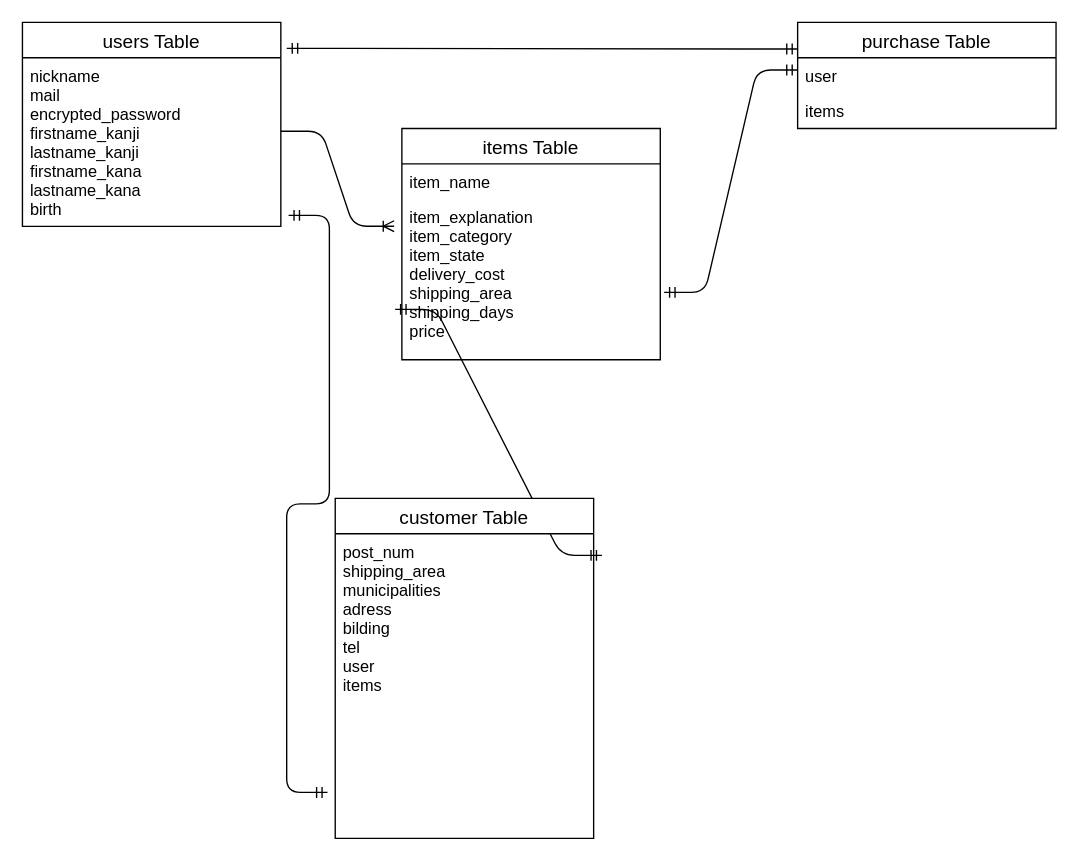
Earlier version of the draw.io diagram test.dio (nanakuma/furima-03037). Source tidied: cells renumbered, new cells numbered last; positions are measured from the earlier drawing's top-left corner, leaving out a move shared by most shapes. Both pictures are drawn from the tidied source at 136%, with x=0, y=0 at pixel (22, 22).
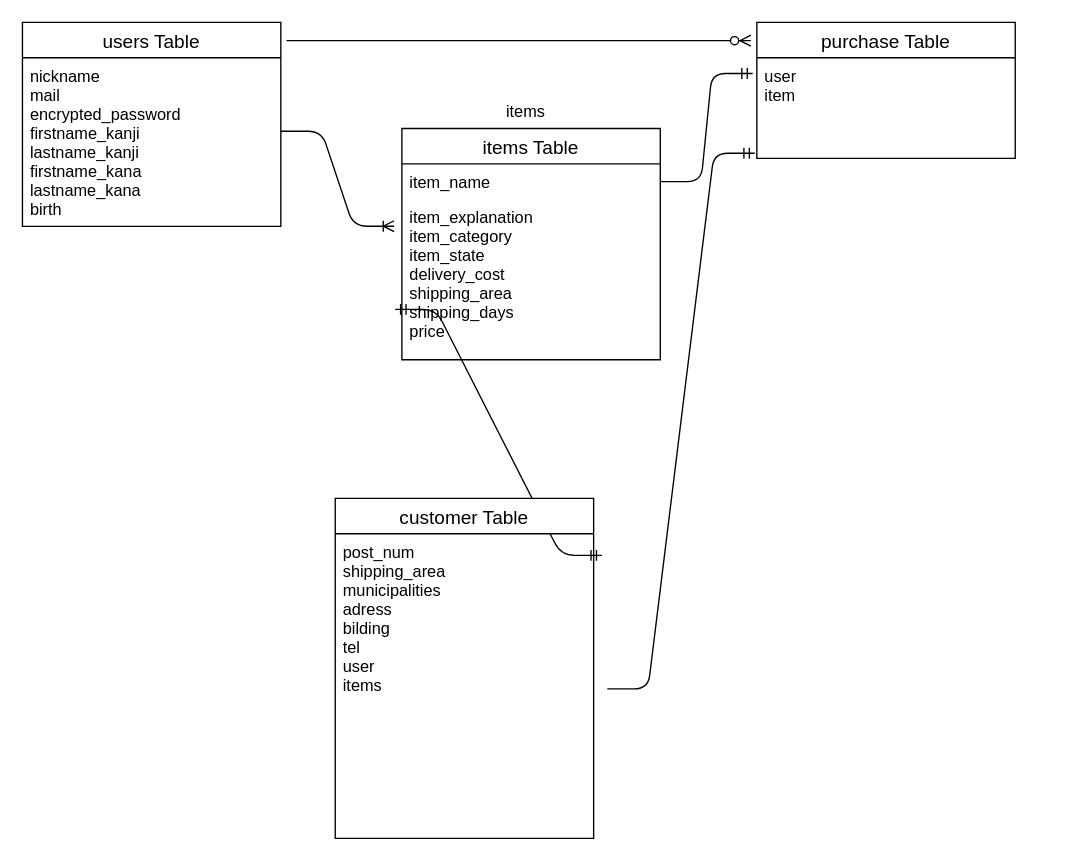
After the change.

Commit message (it also covers changes not shown here):
データベース４

What changed in the source:
```diff
@@
 <mxGraphModel>
   <root>
     <mxCell id="0" />
     <mxCell id="1" parent="0" />
     <mxCell id="2" value="users Table" style="swimlane;fontStyle=0;horizontal=1;startSize=26;align=center;fontSize=14;" parent="1" vertex="1">
       <mxGeometry width="190" height="150" as="geometry" />
     </mxCell>
     <mxCell id="3" value="nickname&#10;mail&#10;encrypted_password&#10;firstname_kanji&#10;lastname_kanji&#10;firstname_kana&#10;lastname_kana&#10;birth" style="text;strokeColor=none;fillColor=none;spacingLeft=4;spacingRight=4;overflow=hidden;points=[[0,0.5],[1,0.5]];portConstraint=eastwest;fontSize=12;" parent="2" vertex="1">
       <mxGeometry y="26" width="190" height="124" as="geometry" />
     </mxCell>
     <mxCell id="4" style="edgeStyle=entityRelationEdgeStyle;fontSize=12;html=1;endArrow=ERoneToMany;entryX=-0.03;entryY=0.168;entryDx=0;entryDy=0;entryPerimeter=0;" parent="1" edge="1" target="14">
       <mxGeometry relative="1" as="geometry">
         <mxPoint x="190" y="80" as="sourcePoint" />
       </mxGeometry>
     </mxCell>
     <mxCell id="5" style="edgeStyle=entityRelationEdgeStyle;fontSize=12;html=1;endArrow=ERmandOne;startArrow=ERmandOne;entryX=-0.026;entryY=0.686;entryDx=0;entryDy=0;entryPerimeter=0;exitX=1.032;exitY=0.071;exitDx=0;exitDy=0;exitPerimeter=0;" parent="1" edge="1" source="11" target="14">
       <mxGeometry relative="1" as="geometry" />
     </mxCell>
-    <mxCell id="6" value="purchase Table" style="swimlane;fontStyle=0;horizontal=1;startSize=26;align=center;fontSize=14;" parent="1" vertex="1">
-      <mxGeometry x="570" width="190" height="78" as="geometry" />
-    </mxCell>
-    <mxCell id="7" value="user" style="text;strokeColor=none;fillColor=none;spacingLeft=4;spacingRight=4;overflow=hidden;points=[[0,0.5],[1,0.5]];portConstraint=eastwest;fontSize=12;" parent="6" vertex="1">
-      <mxGeometry y="26" width="190" height="26" as="geometry" />
-    </mxCell>
-    <mxCell id="8" value="items" style="text;strokeColor=none;fillColor=none;spacingLeft=4;spacingRight=4;overflow=hidden;fontSize=12;" parent="6" vertex="1">
-      <mxGeometry y="52" width="190" height="26" as="geometry" />
-    </mxCell>
-    <mxCell id="9" style="edgeStyle=entityRelationEdgeStyle;fontSize=12;html=1;endArrow=ERmandOne;startArrow=ERmandOne;exitX=1.015;exitY=0.58;exitDx=0;exitDy=0;exitPerimeter=0;" parent="1" edge="1" source="14">
-      <mxGeometry relative="1" as="geometry">
-        <mxPoint x="570" y="35" as="targetPoint" />
-      </mxGeometry>
-    </mxCell>
     <mxCell id="10" value="customer Table" style="swimlane;fontStyle=0;horizontal=1;startSize=26;align=center;fontSize=14;" parent="1" vertex="1">
       <mxGeometry x="230" y="350" width="190" height="250" as="geometry" />
     </mxCell>
     <mxCell id="11" value="post_num&#10;shipping_area&#10;municipalities&#10;adress&#10;bilding&#10;tel&#10;user&#10;items" style="text;strokeColor=none;fillColor=none;spacingLeft=4;spacingRight=4;overflow=hidden;points=[[0,0.5],[1,0.5]];portConstraint=eastwest;fontSize=12;" parent="10" vertex="1">
       <mxGeometry y="26" width="190" height="224" as="geometry" />
     </mxCell>
     <mxCell id="12" value="items Table" style="swimlane;fontStyle=0;horizontal=1;startSize=26;align=center;fontSize=14;" parent="1" vertex="1">
       <mxGeometry x="279" y="78" width="190" height="170" as="geometry" />
     </mxCell>
     <mxCell id="13" value="item_name" style="text;strokeColor=none;fillColor=none;spacingLeft=4;spacingRight=4;overflow=hidden;points=[[0,0.5],[1,0.5]];portConstraint=eastwest;fontSize=12;" parent="12" vertex="1">
       <mxGeometry y="26" width="190" height="26" as="geometry" />
     </mxCell>
     <mxCell id="14" value="item_explanation&#10;item_category&#10;item_state&#10;delivery_cost&#10;shipping_area&#10;shipping_days&#10;price&#10;" style="text;strokeColor=none;fillColor=none;spacingLeft=4;spacingRight=4;overflow=hidden;points=[[0,0.5],[1,0.5]];portConstraint=eastwest;fontSize=12;" parent="12" vertex="1">
       <mxGeometry y="52" width="190" height="118" as="geometry" />
     </mxCell>
-    <mxCell id="15" style="edgeStyle=entityRelationEdgeStyle;fontSize=12;html=1;endArrow=ERmandOne;startArrow=ERmandOne;entryX=0;entryY=0.25;entryDx=0;entryDy=0;exitX=1.023;exitY=0.127;exitDx=0;exitDy=0;exitPerimeter=0;" parent="1" edge="1" source="2" target="6">
+    <mxCell id="15" style="edgeStyle=entityRelationEdgeStyle;fontSize=12;html=1;endArrow=ERzeroToMany;endFill=1;entryX=-0.023;entryY=0.134;entryDx=0;entryDy=0;entryPerimeter=0;exitX=1.022;exitY=0.089;exitDx=0;exitDy=0;exitPerimeter=0;" parent="1" edge="1" source="2" target="6">
       <mxGeometry relative="1" as="geometry" />
     </mxCell>
-    <mxCell id="16" style="edgeStyle=entityRelationEdgeStyle;fontSize=12;html=1;endArrow=ERmandOne;startArrow=ERmandOne;entryX=-0.03;entryY=0.849;entryDx=0;entryDy=0;entryPerimeter=0;exitX=1.03;exitY=0.934;exitDx=0;exitDy=0;exitPerimeter=0;" parent="1" edge="1" source="3" target="11">
-      <mxGeometry relative="1" as="geometry" />
-    </mxCell>
+    <mxCell id="17" style="edgeStyle=entityRelationEdgeStyle;fontSize=12;html=1;endArrow=ERmandOne;exitX=1;exitY=0.5;exitDx=0;exitDy=0;entryX=-0.016;entryY=0.156;entryDx=0;entryDy=0;entryPerimeter=0;" parent="1" edge="1" source="13" target="7">
+      <mxGeometry relative="1" as="geometry" />
+    </mxCell>
+    <mxCell id="18" style="edgeStyle=entityRelationEdgeStyle;fontSize=12;html=1;endArrow=ERmandOne;entryX=-0.008;entryY=0.948;entryDx=0;entryDy=0;entryPerimeter=0;" parent="1" edge="1" target="7">
+      <mxGeometry relative="1" as="geometry">
+        <mxPoint x="430" y="490" as="sourcePoint" />
+      </mxGeometry>
+    </mxCell>
+    <mxCell id="6" value="purchase Table" style="swimlane;fontStyle=0;horizontal=1;startSize=26;align=center;fontSize=14;" parent="1" vertex="1">
+      <mxGeometry x="540" width="190" height="100" as="geometry" />
+    </mxCell>
+    <mxCell id="7" value="user&#10;item" style="text;strokeColor=none;fillColor=none;spacingLeft=4;spacingRight=4;overflow=hidden;points=[[0,0.5],[1,0.5]];portConstraint=eastwest;fontSize=12;" parent="6" vertex="1">
+      <mxGeometry y="26" width="190" height="74" as="geometry" />
+    </mxCell>
+    <mxCell id="8" value="items" style="text;strokeColor=none;fillColor=none;spacingLeft=4;spacingRight=4;overflow=hidden;fontSize=12;" parent="1" vertex="1">
+      <mxGeometry x="350" y="52" width="190" height="26" as="geometry" />
+    </mxCell>
   </root>
 </mxGraphModel>
```
